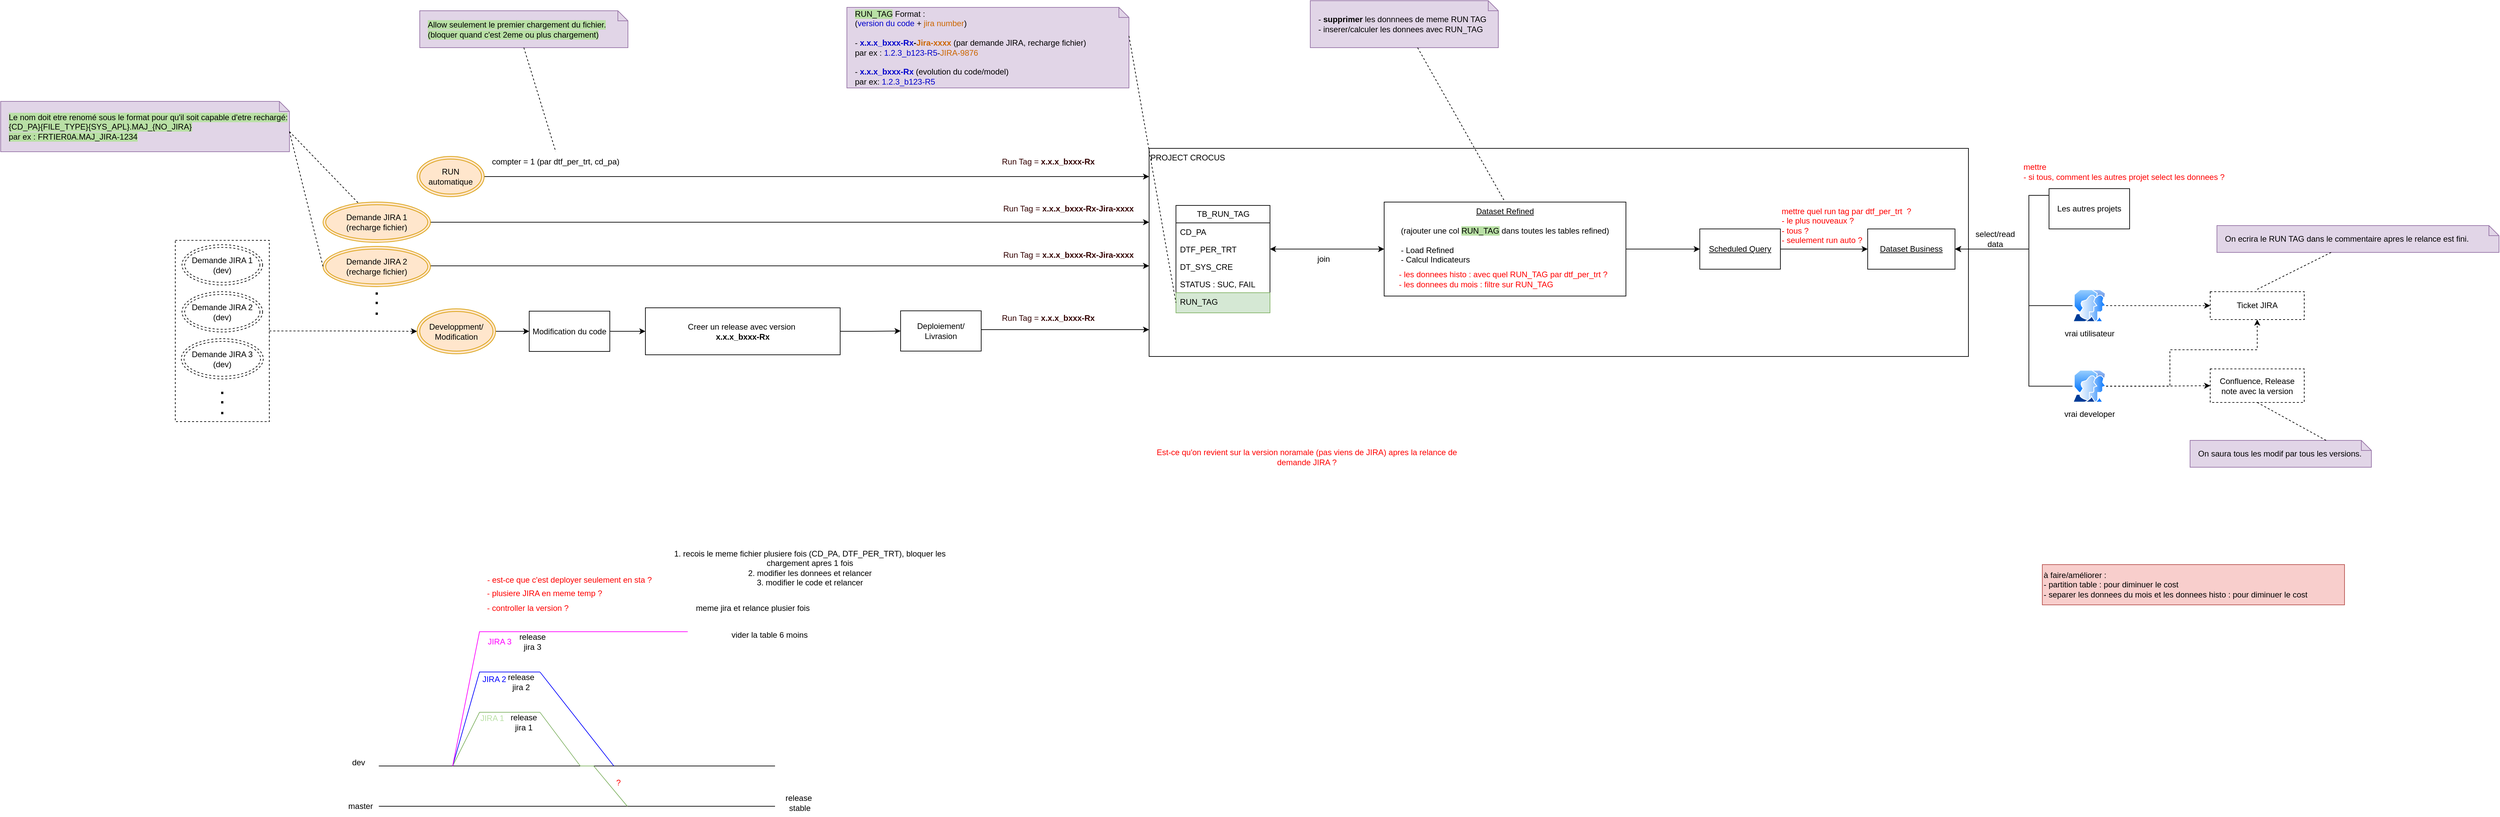
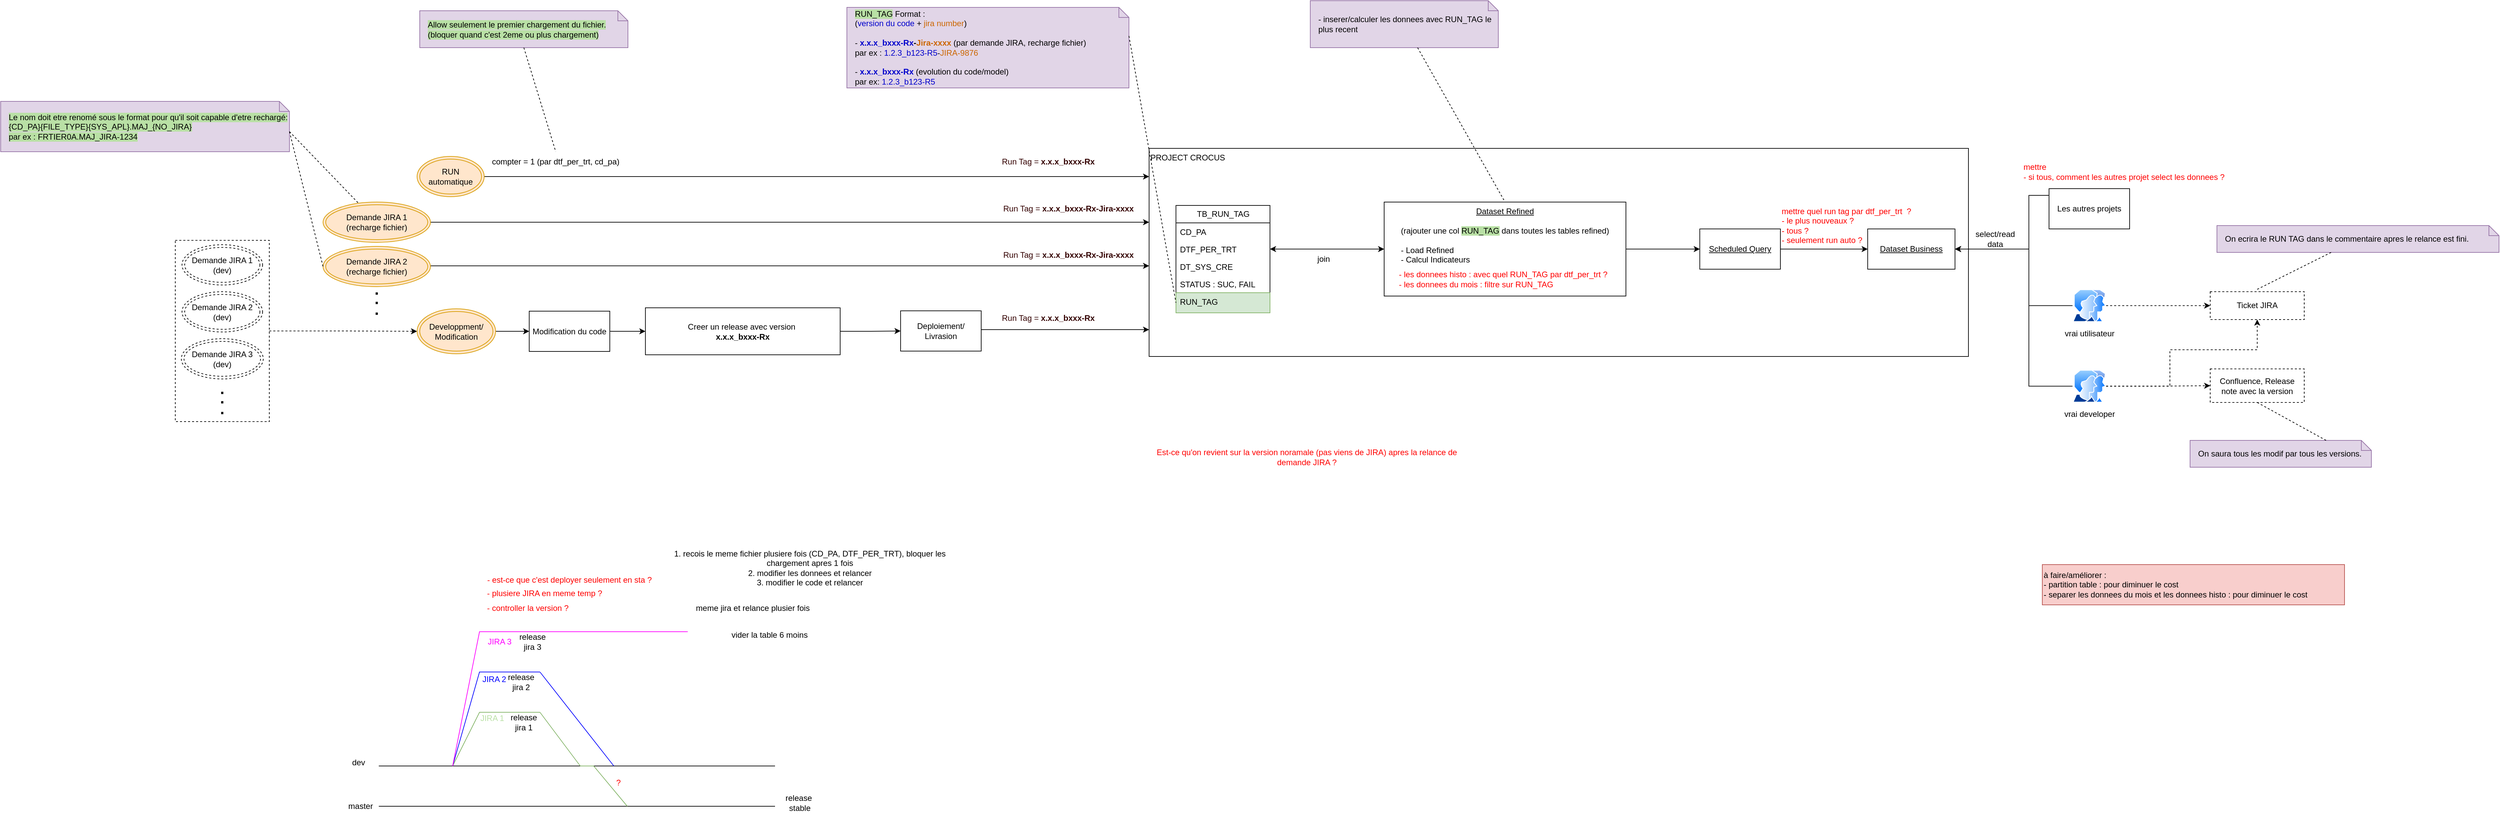
<mxfile host="app.diagrams.net">
  <diagram name="Page-1" id="bEAYSmEDHXBXhFzCy1HB">
-     <mxGraphModel dx="3308" dy="2087" grid="1" gridSize="10" guides="1" tooltips="1" connect="1" arrows="1" fold="1" page="1" pageScale="1" pageWidth="827" pageHeight="1169" math="0" shadow="0">
+     <mxGraphModel dx="3589" dy="2087" grid="1" gridSize="10" guides="1" tooltips="1" connect="1" arrows="1" fold="1" page="1" pageScale="1" pageWidth="827" pageHeight="1169" math="0" shadow="0">
      <root>
        <mxCell id="0" />
        <mxCell id="1" parent="0" />
        <mxCell id="cKu8MT6L8Fp_BZaxLZj7-22" edge="1" parent="1" source="cKu8MT6L8Fp_BZaxLZj7-16" style="edgeStyle=orthogonalEdgeStyle;rounded=0;orthogonalLoop=1;jettySize=auto;html=1;dashed=1;" target="QUzsFoNl6aFI_2ed8XXq-33">
          <mxGeometry relative="1" as="geometry">
            <Array as="points" />
            <mxPoint x="-937.4999999999995" y="382" as="sourcePoint" />
            <mxPoint x="-602.4999999999995" y="365" as="targetPoint" />
          </mxGeometry>
        </mxCell>
        <mxCell id="cKu8MT6L8Fp_BZaxLZj7-16" parent="1" style="rounded=0;whiteSpace=wrap;html=1;dashed=1;" value="" vertex="1">
          <mxGeometry height="270" width="140" x="-1070" y="247" as="geometry" />
        </mxCell>
        <mxCell id="QUzsFoNl6aFI_2ed8XXq-13" parent="1" style="rounded=0;whiteSpace=wrap;html=1;align=left;verticalAlign=top;" value="PROJECT CROCUS" vertex="1">
          <mxGeometry height="310" width="1220" x="380" y="110" as="geometry" />
        </mxCell>
        <mxCell id="QUzsFoNl6aFI_2ed8XXq-1" parent="1" style="swimlane;fontStyle=0;childLayout=stackLayout;horizontal=1;startSize=26;fillColor=none;horizontalStack=0;resizeParent=1;resizeParentMax=0;resizeLast=0;collapsible=1;marginBottom=0;html=1;" value="TB_RUN_TAG" vertex="1">
          <mxGeometry height="160" width="140" x="420" y="195" as="geometry" />
        </mxCell>
        <mxCell id="QUzsFoNl6aFI_2ed8XXq-2" parent="QUzsFoNl6aFI_2ed8XXq-1" style="text;strokeColor=none;fillColor=none;align=left;verticalAlign=top;spacingLeft=4;spacingRight=4;overflow=hidden;rotatable=0;points=[[0,0.5],[1,0.5]];portConstraint=eastwest;whiteSpace=wrap;html=1;" value="CD_PA" vertex="1">
          <mxGeometry height="26" width="140" y="26" as="geometry" />
        </mxCell>
        <mxCell id="QUzsFoNl6aFI_2ed8XXq-3" parent="QUzsFoNl6aFI_2ed8XXq-1" style="text;strokeColor=none;fillColor=none;align=left;verticalAlign=top;spacingLeft=4;spacingRight=4;overflow=hidden;rotatable=0;points=[[0,0.5],[1,0.5]];portConstraint=eastwest;whiteSpace=wrap;html=1;" value="DTF_PER_TRT" vertex="1">
          <mxGeometry height="26" width="140" y="52" as="geometry" />
        </mxCell>
        <mxCell id="QUzsFoNl6aFI_2ed8XXq-4" parent="QUzsFoNl6aFI_2ed8XXq-1" style="text;strokeColor=none;fillColor=none;align=left;verticalAlign=top;spacingLeft=4;spacingRight=4;overflow=hidden;rotatable=0;points=[[0,0.5],[1,0.5]];portConstraint=eastwest;whiteSpace=wrap;html=1;" value="DT_SYS_CRE" vertex="1">
          <mxGeometry height="26" width="140" y="78" as="geometry" />
        </mxCell>
        <mxCell id="QUzsFoNl6aFI_2ed8XXq-105" parent="QUzsFoNl6aFI_2ed8XXq-1" style="text;strokeColor=none;fillColor=none;align=left;verticalAlign=top;spacingLeft=4;spacingRight=4;overflow=hidden;rotatable=0;points=[[0,0.5],[1,0.5]];portConstraint=eastwest;whiteSpace=wrap;html=1;" value="STATUS : SUC, FAIL" vertex="1">
          <mxGeometry height="26" width="140" y="104" as="geometry" />
        </mxCell>
        <mxCell id="QUzsFoNl6aFI_2ed8XXq-5" parent="QUzsFoNl6aFI_2ed8XXq-1" style="text;strokeColor=#82b366;fillColor=#d5e8d4;align=left;verticalAlign=top;spacingLeft=4;spacingRight=4;overflow=hidden;rotatable=0;points=[[0,0.5],[1,0.5]];portConstraint=eastwest;whiteSpace=wrap;html=1;" value="RUN_TAG" vertex="1">
          <mxGeometry height="30" width="140" y="130" as="geometry" />
        </mxCell>
        <mxCell id="QUzsFoNl6aFI_2ed8XXq-7" parent="1" style="shape=note;size=15;align=left;spacingLeft=10;html=1;whiteSpace=wrap;fillColor=#e1d5e7;strokeColor=#9673a6;" value="&lt;span style=&quot;background-color: rgb(185, 224, 165);&quot;&gt;RUN_TAG&lt;/span&gt; Format :&amp;nbsp;&lt;div&gt;(&lt;font style=&quot;color: rgb(0, 0, 204);&quot;&gt;version du code&lt;/font&gt; +&lt;font style=&quot;color: rgb(204, 102, 0);&quot;&gt; &lt;font&gt;jira number&lt;/font&gt;&lt;/font&gt;)&lt;/div&gt;&lt;div&gt;&lt;br&gt;&lt;div&gt;- &lt;b&gt;&lt;font style=&quot;color: rgb(0, 0, 204);&quot;&gt;x.x.x_bxxx-Rx&lt;/font&gt;-&lt;font style=&quot;color: rgb(204, 102, 0);&quot;&gt;Jira-xxxx&lt;/font&gt;&lt;/b&gt; (par demande JIRA, recharge fichier)&amp;nbsp;&lt;/div&gt;&lt;div&gt;par ex : &lt;font style=&quot;color: rgb(0, 0, 204);&quot;&gt;1.2.3_b123-R5&lt;/font&gt;-&lt;font style=&quot;color: rgb(204, 102, 0);&quot;&gt;JIRA-9876&lt;/font&gt;&lt;/div&gt;&lt;div&gt;&lt;br&gt;&lt;/div&gt;&lt;div&gt;-&lt;b&gt; &lt;font style=&quot;color: rgb(0, 0, 204);&quot;&gt;x.x.x_bxxx-Rx&lt;/font&gt;&lt;/b&gt; (evolution du code/model)&lt;/div&gt;&lt;div&gt;&lt;span style=&quot;background-color: transparent; color: light-dark(rgb(0, 0, 0), rgb(255, 255, 255));&quot;&gt;par ex: &lt;/span&gt;&lt;span style=&quot;background-color: transparent;&quot;&gt;&lt;font style=&quot;color: light-dark(rgb(0, 0, 204), rgb(255, 255, 255));&quot;&gt;1.2.3_b123-R5&lt;/font&gt;&lt;/span&gt;&lt;/div&gt;&lt;/div&gt;" vertex="1">
          <mxGeometry height="120" width="420" x="-70" y="-100" as="geometry" />
        </mxCell>
        <mxCell id="QUzsFoNl6aFI_2ed8XXq-8" edge="1" parent="1" source="QUzsFoNl6aFI_2ed8XXq-7" style="edgeStyle=none;endArrow=none;exitX=0;exitY=0;dashed=1;html=1;rounded=0;entryX=0;entryY=0.5;entryDx=0;entryDy=0;exitDx=420;exitDy=42.5;exitPerimeter=0;" target="QUzsFoNl6aFI_2ed8XXq-5" value="">
          <mxGeometry relative="1" x="1" as="geometry">
            <mxPoint x="590" y="660" as="targetPoint" />
          </mxGeometry>
        </mxCell>
        <mxCell id="QUzsFoNl6aFI_2ed8XXq-10" parent="1" style="rounded=0;whiteSpace=wrap;html=1;dashed=1;" value="Confluence, Release note avec la v&lt;span style=&quot;background-color: transparent; color: light-dark(rgb(0, 0, 0), rgb(255, 255, 255));&quot;&gt;ersion&lt;/span&gt;" vertex="1">
          <mxGeometry height="50" width="140" x="1960" y="438.5" as="geometry" />
        </mxCell>
        <mxCell id="QUzsFoNl6aFI_2ed8XXq-11" parent="1" style="rounded=0;whiteSpace=wrap;html=1;dashed=1;" value="Ticket JIRA" vertex="1">
          <mxGeometry height="41.5" width="140" x="1960" y="323.5" as="geometry" />
        </mxCell>
        <mxCell id="QUzsFoNl6aFI_2ed8XXq-42" edge="1" parent="1" source="QUzsFoNl6aFI_2ed8XXq-12" style="edgeStyle=orthogonalEdgeStyle;rounded=0;orthogonalLoop=1;jettySize=auto;html=1;entryX=1;entryY=0.5;entryDx=0;entryDy=0;startArrow=classic;startFill=1;" target="QUzsFoNl6aFI_2ed8XXq-3">
          <mxGeometry relative="1" as="geometry" />
        </mxCell>
        <mxCell id="QUzsFoNl6aFI_2ed8XXq-50" edge="1" parent="1" source="QUzsFoNl6aFI_2ed8XXq-12" style="edgeStyle=orthogonalEdgeStyle;rounded=0;orthogonalLoop=1;jettySize=auto;html=1;" target="QUzsFoNl6aFI_2ed8XXq-46">
          <mxGeometry relative="1" as="geometry">
            <Array as="points" />
          </mxGeometry>
        </mxCell>
        <mxCell id="QUzsFoNl6aFI_2ed8XXq-12" parent="1" style="rounded=0;whiteSpace=wrap;html=1;verticalAlign=top;" value="&lt;u&gt;Dataset Refined&lt;/u&gt;&lt;div&gt;&lt;u&gt;&lt;br&gt;&lt;/u&gt;&lt;div&gt;(rajouter une col &lt;span style=&quot;background-color: rgb(185, 224, 165);&quot;&gt;RUN_TAG&lt;/span&gt;&lt;span&gt; &lt;/span&gt;dans toutes les tables refined)&lt;/div&gt;&lt;div&gt;&lt;br&gt;&lt;/div&gt;&lt;div style=&quot;text-align: left;&quot;&gt;- Load Refined&amp;nbsp; &amp;nbsp; &amp;nbsp; &amp;nbsp;&lt;/div&gt;&lt;div style=&quot;text-align: left;&quot;&gt;- Calcul Indicateurs&lt;/div&gt;&lt;/div&gt;" vertex="1">
          <mxGeometry height="140" width="360" x="730" y="190" as="geometry" />
        </mxCell>
        <mxCell id="QUzsFoNl6aFI_2ed8XXq-27" edge="1" parent="1" source="QUzsFoNl6aFI_2ed8XXq-33" style="edgeStyle=orthogonalEdgeStyle;rounded=0;orthogonalLoop=1;jettySize=auto;html=1;entryX=0;entryY=0.5;entryDx=0;entryDy=0;" target="QUzsFoNl6aFI_2ed8XXq-23">
          <mxGeometry relative="1" as="geometry">
            <mxPoint x="-740" y="198" as="sourcePoint" />
          </mxGeometry>
        </mxCell>
        <mxCell id="QUzsFoNl6aFI_2ed8XXq-19" parent="1" style="text;html=1;whiteSpace=wrap;strokeColor=none;fillColor=none;align=center;verticalAlign=middle;rounded=0;fontColor=#330000;" value="&lt;font style=&quot;&quot;&gt;Run Tag =&amp;nbsp;&lt;/font&gt;&lt;b style=&quot;text-align: left;&quot;&gt;x.x.x_bxxx-Rx-Jira-xxxx&lt;/b&gt;" vertex="1">
          <mxGeometry height="30" width="200" x="160" y="253.5" as="geometry" />
        </mxCell>
        <mxCell id="cKu8MT6L8Fp_BZaxLZj7-37" edge="1" parent="1" source="QUzsFoNl6aFI_2ed8XXq-23" style="edgeStyle=orthogonalEdgeStyle;rounded=0;orthogonalLoop=1;jettySize=auto;html=1;" target="QUzsFoNl6aFI_2ed8XXq-25">
          <mxGeometry relative="1" as="geometry" />
        </mxCell>
        <mxCell id="QUzsFoNl6aFI_2ed8XXq-23" parent="1" style="rounded=0;whiteSpace=wrap;html=1;" value="Modification du code" vertex="1">
          <mxGeometry height="60" width="120" x="-543" y="352.5" as="geometry" />
        </mxCell>
        <mxCell id="QUzsFoNl6aFI_2ed8XXq-31" edge="1" parent="1" source="QUzsFoNl6aFI_2ed8XXq-24" style="edgeStyle=orthogonalEdgeStyle;rounded=0;orthogonalLoop=1;jettySize=auto;html=1;" target="QUzsFoNl6aFI_2ed8XXq-13">
          <mxGeometry relative="1" as="geometry">
            <Array as="points">
              <mxPoint x="180" y="380" />
              <mxPoint x="180" y="380" />
            </Array>
            <mxPoint x="380" y="373" as="targetPoint" />
          </mxGeometry>
        </mxCell>
        <mxCell id="QUzsFoNl6aFI_2ed8XXq-24" parent="1" style="rounded=0;whiteSpace=wrap;html=1;" value="Deploiement/ Livrasion" vertex="1">
          <mxGeometry height="60" width="120" x="10" y="352" as="geometry" />
        </mxCell>
        <mxCell id="cKu8MT6L8Fp_BZaxLZj7-38" edge="1" parent="1" source="QUzsFoNl6aFI_2ed8XXq-25" style="edgeStyle=orthogonalEdgeStyle;rounded=0;orthogonalLoop=1;jettySize=auto;html=1;" target="QUzsFoNl6aFI_2ed8XXq-24">
          <mxGeometry relative="1" as="geometry" />
        </mxCell>
        <mxCell id="QUzsFoNl6aFI_2ed8XXq-25" parent="1" style="rounded=0;whiteSpace=wrap;html=1;" value="Creer un release avec version&amp;nbsp;&lt;div&gt;&lt;span style=&quot;text-align: left;&quot;&gt;&lt;b&gt;x.x.x_bxxx-Rx&lt;/b&gt;&lt;/span&gt;&lt;/div&gt;" vertex="1">
          <mxGeometry height="70" width="290" x="-370" y="347.5" as="geometry" />
        </mxCell>
        <mxCell id="QUzsFoNl6aFI_2ed8XXq-33" parent="1" style="ellipse;shape=doubleEllipse;whiteSpace=wrap;html=1;fillColor=#ffe6cc;strokeColor=#d79b00;" value="Developpment/&lt;div&gt;Modification&lt;/div&gt;" vertex="1">
          <mxGeometry height="67" width="117" x="-710" y="349" as="geometry" />
        </mxCell>
        <mxCell id="cKu8MT6L8Fp_BZaxLZj7-5" edge="1" parent="1" style="edgeStyle=orthogonalEdgeStyle;rounded=0;orthogonalLoop=1;jettySize=auto;html=1;">
          <mxGeometry relative="1" as="geometry">
            <Array as="points">
              <mxPoint x="-470" y="285" />
              <mxPoint x="-470" y="285" />
            </Array>
            <mxPoint x="-690.0000000000005" y="285" as="sourcePoint" />
            <mxPoint x="380" y="285" as="targetPoint" />
          </mxGeometry>
        </mxCell>
        <mxCell id="QUzsFoNl6aFI_2ed8XXq-34" parent="1" style="ellipse;shape=doubleEllipse;whiteSpace=wrap;html=1;fillColor=#ffe6cc;strokeColor=#d79b00;" value="Demande JIRA 2&lt;div&gt;(recharge fichier)&lt;/div&gt;" vertex="1">
          <mxGeometry height="60" width="160" x="-850" y="256" as="geometry" />
        </mxCell>
        <mxCell id="QUzsFoNl6aFI_2ed8XXq-36" edge="1" parent="1" source="QUzsFoNl6aFI_2ed8XXq-35" style="edgeStyle=orthogonalEdgeStyle;rounded=0;orthogonalLoop=1;jettySize=auto;html=1;">
          <mxGeometry relative="1" as="geometry">
            <Array as="points">
              <mxPoint x="110" y="152" />
              <mxPoint x="110" y="152" />
            </Array>
            <mxPoint x="380" y="152.0588235294117" as="targetPoint" />
          </mxGeometry>
        </mxCell>
        <mxCell id="QUzsFoNl6aFI_2ed8XXq-35" parent="1" style="ellipse;shape=doubleEllipse;whiteSpace=wrap;html=1;fillColor=#ffe6cc;strokeColor=#d79b00;" value="RUN automatique" vertex="1">
          <mxGeometry height="60" width="100" x="-710" y="122" as="geometry" />
        </mxCell>
-         <mxCell id="QUzsFoNl6aFI_2ed8XXq-40" parent="1" style="shape=note;size=15;align=left;spacingLeft=10;html=1;whiteSpace=wrap;fillColor=#e1d5e7;strokeColor=#9673a6;" value="- &lt;b&gt;supprimer &lt;/b&gt;les donnnees de meme RUN TAG&lt;div&gt;- inserer/calculer les donnees avec RUN_TAG&lt;/div&gt;" vertex="1">
+         <mxCell id="QUzsFoNl6aFI_2ed8XXq-40" parent="1" style="shape=note;size=15;align=left;spacingLeft=10;html=1;whiteSpace=wrap;fillColor=#e1d5e7;strokeColor=#9673a6;" value="&lt;div&gt;- inserer/calculer les donnees avec RUN_TAG le plus recent&lt;/div&gt;" vertex="1">
          <mxGeometry height="70" width="280" x="620" y="-110" as="geometry" />
        </mxCell>
        <mxCell id="QUzsFoNl6aFI_2ed8XXq-41" edge="1" parent="1" source="QUzsFoNl6aFI_2ed8XXq-40" style="edgeStyle=none;endArrow=none;dashed=1;html=1;rounded=0;entryX=0.5;entryY=0;entryDx=0;entryDy=0;" target="QUzsFoNl6aFI_2ed8XXq-12" value="">
          <mxGeometry relative="1" x="1" as="geometry">
            <mxPoint x="720" y="650" as="sourcePoint" />
            <mxPoint x="772" y="500" as="targetPoint" />
          </mxGeometry>
        </mxCell>
        <mxCell id="QUzsFoNl6aFI_2ed8XXq-43" parent="1" style="text;html=1;whiteSpace=wrap;strokeColor=none;fillColor=none;align=left;verticalAlign=middle;rounded=0;" value="&lt;font style=&quot;color: rgb(255, 0, 0);&quot;&gt;- les donnees histo : avec quel RUN_TAG par dtf_per_trt ?&lt;/font&gt;&lt;div&gt;&lt;font style=&quot;color: rgb(255, 0, 0);&quot;&gt;- les donnees du mois : f&lt;/font&gt;&lt;span style=&quot;color: light-dark(rgb(255, 0, 0), rgb(255, 144, 144)); background-color: transparent;&quot;&gt;iltre sur RUN_TAG&lt;/span&gt;&lt;/div&gt;" vertex="1">
          <mxGeometry height="30" width="330" x="750" y="290" as="geometry" />
        </mxCell>
        <mxCell id="QUzsFoNl6aFI_2ed8XXq-45" parent="1" style="rounded=0;whiteSpace=wrap;html=1;" value="&lt;u&gt;Dataset Business&lt;/u&gt;" vertex="1">
          <mxGeometry height="60" width="130" x="1450" y="230" as="geometry" />
        </mxCell>
        <mxCell id="QUzsFoNl6aFI_2ed8XXq-48" edge="1" parent="1" source="QUzsFoNl6aFI_2ed8XXq-46" style="edgeStyle=orthogonalEdgeStyle;rounded=0;orthogonalLoop=1;jettySize=auto;html=1;" target="QUzsFoNl6aFI_2ed8XXq-45">
          <mxGeometry relative="1" as="geometry" />
        </mxCell>
        <mxCell id="QUzsFoNl6aFI_2ed8XXq-46" parent="1" style="rounded=0;whiteSpace=wrap;html=1;" value="&lt;u&gt;Scheduled Query&lt;/u&gt;" vertex="1">
          <mxGeometry height="60" width="120" x="1200" y="230" as="geometry" />
        </mxCell>
        <mxCell id="QUzsFoNl6aFI_2ed8XXq-51" parent="1" style="text;html=1;whiteSpace=wrap;strokeColor=none;fillColor=none;align=left;verticalAlign=middle;rounded=0;fontColor=#FF0000;" value="mettre quel run tag par dtf_per_trt&amp;nbsp;&amp;nbsp;?&amp;nbsp;&lt;div&gt;- le plus nouveaux ?&lt;/div&gt;&lt;div&gt;- tous ?&lt;/div&gt;&lt;div&gt;- seulement run auto ?&lt;/div&gt;" vertex="1">
          <mxGeometry height="30" width="370" x="1320" y="210" as="geometry" />
        </mxCell>
        <mxCell id="QUzsFoNl6aFI_2ed8XXq-59" edge="1" parent="1" source="QUzsFoNl6aFI_2ed8XXq-52" style="edgeStyle=orthogonalEdgeStyle;rounded=0;orthogonalLoop=1;jettySize=auto;html=1;entryX=1;entryY=0.5;entryDx=0;entryDy=0;" target="QUzsFoNl6aFI_2ed8XXq-45">
          <mxGeometry relative="1" as="geometry">
            <Array as="points">
              <mxPoint x="1690" y="180" />
              <mxPoint x="1690" y="260" />
            </Array>
          </mxGeometry>
        </mxCell>
        <mxCell id="QUzsFoNl6aFI_2ed8XXq-52" parent="1" style="rounded=0;whiteSpace=wrap;html=1;" value="Les autres projets" vertex="1">
          <mxGeometry height="60" width="120" x="1720" y="170" as="geometry" />
        </mxCell>
        <mxCell id="QUzsFoNl6aFI_2ed8XXq-58" edge="1" parent="1" source="QUzsFoNl6aFI_2ed8XXq-57" style="edgeStyle=orthogonalEdgeStyle;rounded=0;orthogonalLoop=1;jettySize=auto;html=1;entryX=1;entryY=0.5;entryDx=0;entryDy=0;" target="QUzsFoNl6aFI_2ed8XXq-45">
          <mxGeometry relative="1" as="geometry">
            <Array as="points">
              <mxPoint x="1690" y="344" />
              <mxPoint x="1690" y="260" />
            </Array>
          </mxGeometry>
        </mxCell>
        <mxCell id="QUzsFoNl6aFI_2ed8XXq-65" edge="1" parent="1" source="QUzsFoNl6aFI_2ed8XXq-57" style="edgeStyle=orthogonalEdgeStyle;rounded=0;orthogonalLoop=1;jettySize=auto;html=1;dashed=1;" target="QUzsFoNl6aFI_2ed8XXq-11">
          <mxGeometry relative="1" as="geometry" />
        </mxCell>
        <mxCell id="QUzsFoNl6aFI_2ed8XXq-57" parent="1" style="image;aspect=fixed;perimeter=ellipsePerimeter;html=1;align=center;shadow=0;dashed=0;spacingTop=3;image=img/lib/active_directory/user_accounts.svg;" value="vrai utilisateur" vertex="1">
          <mxGeometry height="48.5" width="50" x="1755" y="320" as="geometry" />
        </mxCell>
        <mxCell id="QUzsFoNl6aFI_2ed8XXq-60" parent="1" style="text;html=1;whiteSpace=wrap;strokeColor=none;fillColor=none;align=center;verticalAlign=middle;rounded=0;" value="select/read data" vertex="1">
          <mxGeometry height="30" width="60" x="1610" y="230" as="geometry" />
        </mxCell>
        <mxCell id="QUzsFoNl6aFI_2ed8XXq-63" edge="1" parent="1" source="QUzsFoNl6aFI_2ed8XXq-62" style="edgeStyle=orthogonalEdgeStyle;rounded=0;orthogonalLoop=1;jettySize=auto;html=1;entryX=1;entryY=0.5;entryDx=0;entryDy=0;" target="QUzsFoNl6aFI_2ed8XXq-45">
          <mxGeometry relative="1" as="geometry">
            <Array as="points">
              <mxPoint x="1690" y="464" />
              <mxPoint x="1690" y="260" />
            </Array>
          </mxGeometry>
        </mxCell>
        <mxCell id="QUzsFoNl6aFI_2ed8XXq-66" edge="1" parent="1" source="QUzsFoNl6aFI_2ed8XXq-62" style="edgeStyle=orthogonalEdgeStyle;rounded=0;orthogonalLoop=1;jettySize=auto;html=1;dashed=1;" target="QUzsFoNl6aFI_2ed8XXq-10">
          <mxGeometry relative="1" as="geometry" />
        </mxCell>
        <mxCell id="QUzsFoNl6aFI_2ed8XXq-68" edge="1" parent="1" source="QUzsFoNl6aFI_2ed8XXq-62" style="edgeStyle=orthogonalEdgeStyle;rounded=0;orthogonalLoop=1;jettySize=auto;html=1;entryX=0.5;entryY=1;entryDx=0;entryDy=0;dashed=1;" target="QUzsFoNl6aFI_2ed8XXq-11">
          <mxGeometry relative="1" as="geometry">
            <Array as="points">
              <mxPoint x="1900" y="464" />
              <mxPoint x="1900" y="410" />
              <mxPoint x="2030" y="410" />
            </Array>
          </mxGeometry>
        </mxCell>
        <mxCell id="QUzsFoNl6aFI_2ed8XXq-62" parent="1" style="image;aspect=fixed;perimeter=ellipsePerimeter;html=1;align=center;shadow=0;dashed=0;spacingTop=3;image=img/lib/active_directory/user_accounts.svg;" value="vrai developer" vertex="1">
          <mxGeometry height="48.5" width="50" x="1755" y="440" as="geometry" />
        </mxCell>
        <mxCell id="QUzsFoNl6aFI_2ed8XXq-69" parent="1" style="shape=note;size=15;align=left;spacingLeft=10;html=1;whiteSpace=wrap;fillColor=#e1d5e7;strokeColor=#9673a6;" value="On ecrira le RUN TAG dans le commentaire apres le relance est fini." vertex="1">
          <mxGeometry height="40" width="420" x="1970" y="225" as="geometry" />
        </mxCell>
        <mxCell id="QUzsFoNl6aFI_2ed8XXq-70" edge="1" parent="1" source="QUzsFoNl6aFI_2ed8XXq-69" style="edgeStyle=none;endArrow=none;dashed=1;html=1;rounded=0;" value="">
          <mxGeometry relative="1" x="1" as="geometry">
            <mxPoint x="970" y="210" as="sourcePoint" />
            <mxPoint x="2030" y="320" as="targetPoint" />
          </mxGeometry>
        </mxCell>
        <mxCell id="QUzsFoNl6aFI_2ed8XXq-71" parent="1" style="shape=note;size=15;align=left;spacingLeft=10;html=1;whiteSpace=wrap;fillColor=#e1d5e7;strokeColor=#9673a6;" value="On saura tous les modif par tous les versions." vertex="1">
          <mxGeometry height="40" width="270" x="1930" y="545" as="geometry" />
        </mxCell>
        <mxCell id="QUzsFoNl6aFI_2ed8XXq-72" edge="1" parent="1" source="QUzsFoNl6aFI_2ed8XXq-71" style="edgeStyle=none;endArrow=none;dashed=1;html=1;rounded=0;entryX=0.5;entryY=1;entryDx=0;entryDy=0;exitX=0;exitY=0;exitDx=202.5;exitDy=0;exitPerimeter=0;" target="QUzsFoNl6aFI_2ed8XXq-10" value="">
          <mxGeometry relative="1" x="1" as="geometry">
            <mxPoint x="2180" y="470" as="sourcePoint" />
            <mxPoint x="2070" y="525" as="targetPoint" />
          </mxGeometry>
        </mxCell>
        <mxCell id="QUzsFoNl6aFI_2ed8XXq-73" parent="1" style="text;html=1;whiteSpace=wrap;strokeColor=none;fillColor=none;align=left;verticalAlign=middle;rounded=0;fontColor=#FF0000;" value="mettre&amp;nbsp;&lt;div&gt;&lt;span style=&quot;background-color: transparent; color: light-dark(rgb(255, 0, 0), rgb(255, 144, 144));&quot;&gt;- si tous, comment les autres projet select les donnees ?&lt;/span&gt;&lt;/div&gt;" vertex="1">
          <mxGeometry height="30" width="370" x="1680" y="130" as="geometry" />
        </mxCell>
        <mxCell id="QUzsFoNl6aFI_2ed8XXq-74" parent="1" style="rounded=0;whiteSpace=wrap;html=1;align=left;fillColor=#f8cecc;strokeColor=#b85450;" value="à faire/améliorer :&lt;div&gt;- partition table : pour diminuer le cost&lt;/div&gt;&lt;div&gt;- separer les donnees du mois et les donnees histo&amp;nbsp;&lt;span style=&quot;background-color: transparent; color: light-dark(rgb(0, 0, 0), rgb(255, 255, 255));&quot;&gt;: pour diminuer le cost&lt;/span&gt;&lt;/div&gt;" vertex="1">
          <mxGeometry height="60" width="450" x="1710" y="730" as="geometry" />
        </mxCell>
        <mxCell id="QUzsFoNl6aFI_2ed8XXq-76" parent="1" style="text;html=1;whiteSpace=wrap;strokeColor=none;fillColor=none;align=center;verticalAlign=middle;rounded=0;" value="join" vertex="1">
          <mxGeometry height="30" width="60" x="610" y="260" as="geometry" />
        </mxCell>
        <mxCell id="QUzsFoNl6aFI_2ed8XXq-77" parent="1" style="text;html=1;whiteSpace=wrap;strokeColor=none;fillColor=none;align=center;verticalAlign=middle;rounded=0;fontColor=#FF0000;" value="Est-ce qu&#39;on revient sur la version noramale (pas viens de JIRA) apres la relance de demande JIRA ?" vertex="1">
          <mxGeometry height="30" width="470" x="380" y="555" as="geometry" />
        </mxCell>
        <mxCell id="QUzsFoNl6aFI_2ed8XXq-78" parent="1" style="text;html=1;whiteSpace=wrap;strokeColor=none;fillColor=none;align=center;verticalAlign=middle;rounded=0;fontColor=#FF0000;" value="- est-ce que c&#39;est deployer seulement en sta ?" vertex="1">
          <mxGeometry height="30" width="290" x="-628" y="738" as="geometry" />
        </mxCell>
        <mxCell id="QUzsFoNl6aFI_2ed8XXq-79" parent="1" style="text;html=1;whiteSpace=wrap;strokeColor=none;fillColor=none;align=center;verticalAlign=middle;rounded=0;fontColor=#FF0000;" value="- plusiere JIRA en meme temp ?" vertex="1">
          <mxGeometry height="30" width="290" x="-665" y="758" as="geometry" />
        </mxCell>
        <mxCell id="QUzsFoNl6aFI_2ed8XXq-80" parent="1" style="text;html=1;whiteSpace=wrap;strokeColor=none;fillColor=none;align=center;verticalAlign=middle;rounded=0;fontColor=#FF0000;" value="- controller la version ?" vertex="1">
          <mxGeometry height="30" width="290" x="-690" y="780" as="geometry" />
        </mxCell>
        <mxCell id="QUzsFoNl6aFI_2ed8XXq-81" edge="1" parent="1" style="endArrow=none;html=1;rounded=0;" value="">
          <mxGeometry height="50" relative="1" width="50" as="geometry">
            <mxPoint x="-767" y="1030" as="sourcePoint" />
            <mxPoint x="-177" y="1030" as="targetPoint" />
          </mxGeometry>
        </mxCell>
        <mxCell id="QUzsFoNl6aFI_2ed8XXq-83" edge="1" parent="1" style="endArrow=none;html=1;rounded=0;fillColor=#d5e8d4;strokeColor=#82b366;" value="">
          <mxGeometry height="50" relative="1" width="50" as="geometry">
            <Array as="points">
              <mxPoint x="-617" y="950" />
            </Array>
            <mxPoint x="-657" y="1030" as="sourcePoint" />
            <mxPoint x="-527" y="950" as="targetPoint" />
          </mxGeometry>
        </mxCell>
        <mxCell id="QUzsFoNl6aFI_2ed8XXq-84" parent="1" style="text;html=1;whiteSpace=wrap;strokeColor=none;fillColor=none;align=center;verticalAlign=middle;rounded=0;" value="dev" vertex="1">
          <mxGeometry height="30" width="60" x="-827" y="1010" as="geometry" />
        </mxCell>
        <mxCell id="QUzsFoNl6aFI_2ed8XXq-85" edge="1" parent="1" style="endArrow=none;html=1;rounded=0;strokeColor=#0000FF;" value="">
          <mxGeometry height="50" relative="1" width="50" as="geometry">
            <Array as="points">
              <mxPoint x="-617" y="890" />
            </Array>
            <mxPoint x="-657" y="1030" as="sourcePoint" />
            <mxPoint x="-527" y="890" as="targetPoint" />
          </mxGeometry>
        </mxCell>
        <mxCell id="QUzsFoNl6aFI_2ed8XXq-86" edge="1" parent="1" style="endArrow=none;html=1;rounded=0;strokeColor=#FF00FF;" value="">
          <mxGeometry height="50" relative="1" width="50" as="geometry">
            <Array as="points">
              <mxPoint x="-617" y="830" />
            </Array>
            <mxPoint x="-657" y="1030" as="sourcePoint" />
            <mxPoint x="-307" y="830" as="targetPoint" />
          </mxGeometry>
        </mxCell>
        <mxCell id="QUzsFoNl6aFI_2ed8XXq-87" parent="1" style="text;html=1;whiteSpace=wrap;strokeColor=none;fillColor=none;align=center;verticalAlign=middle;rounded=0;fontColor=#B9E0A5;" value="JIRA 1" vertex="1">
          <mxGeometry height="30" width="60" x="-628" y="944" as="geometry" />
        </mxCell>
        <mxCell id="QUzsFoNl6aFI_2ed8XXq-88" parent="1" style="text;html=1;whiteSpace=wrap;strokeColor=none;fillColor=none;align=center;verticalAlign=middle;rounded=0;fontColor=#0000FF;" value="JIRA 2" vertex="1">
          <mxGeometry height="30" width="60" x="-625" y="886" as="geometry" />
        </mxCell>
        <mxCell id="QUzsFoNl6aFI_2ed8XXq-89" parent="1" style="text;html=1;whiteSpace=wrap;strokeColor=none;fillColor=none;align=center;verticalAlign=middle;rounded=0;fontColor=#FF00FF;" value="JIRA 3" vertex="1">
          <mxGeometry height="30" width="60" x="-617" y="830" as="geometry" />
        </mxCell>
        <mxCell id="QUzsFoNl6aFI_2ed8XXq-90" edge="1" parent="1" style="endArrow=none;html=1;rounded=0;" value="">
          <mxGeometry height="50" relative="1" width="50" as="geometry">
            <mxPoint x="-767" y="1090" as="sourcePoint" />
            <mxPoint x="-177" y="1090" as="targetPoint" />
          </mxGeometry>
        </mxCell>
        <mxCell id="QUzsFoNl6aFI_2ed8XXq-91" parent="1" style="text;html=1;whiteSpace=wrap;strokeColor=none;fillColor=none;align=center;verticalAlign=middle;rounded=0;" value="master" vertex="1">
          <mxGeometry height="30" width="60" x="-824" y="1075" as="geometry" />
        </mxCell>
        <mxCell id="QUzsFoNl6aFI_2ed8XXq-92" edge="1" parent="1" style="endArrow=none;html=1;rounded=0;fillColor=#d5e8d4;strokeColor=#82b366;" value="">
          <mxGeometry height="50" relative="1" width="50" as="geometry">
            <mxPoint x="-527" y="950" as="sourcePoint" />
            <mxPoint x="-467" y="1030" as="targetPoint" />
          </mxGeometry>
        </mxCell>
        <mxCell id="QUzsFoNl6aFI_2ed8XXq-94" edge="1" parent="1" style="endArrow=none;html=1;rounded=0;strokeColor=#0000FF;" value="">
          <mxGeometry height="50" relative="1" width="50" as="geometry">
            <mxPoint x="-527" y="890" as="sourcePoint" />
            <mxPoint x="-417" y="1030" as="targetPoint" />
          </mxGeometry>
        </mxCell>
        <mxCell id="QUzsFoNl6aFI_2ed8XXq-95" edge="1" parent="1" style="endArrow=none;html=1;rounded=0;fillColor=#d5e8d4;strokeColor=#82b366;" value="">
          <mxGeometry height="50" relative="1" width="50" as="geometry">
            <mxPoint x="-447" y="1030" as="sourcePoint" />
            <mxPoint x="-397" y="1090" as="targetPoint" />
          </mxGeometry>
        </mxCell>
        <mxCell id="QUzsFoNl6aFI_2ed8XXq-96" edge="1" parent="1" style="endArrow=none;html=1;rounded=0;fillColor=#d5e8d4;strokeColor=#82b366;" value="">
          <mxGeometry height="50" relative="1" width="50" as="geometry">
            <mxPoint x="-467" y="1030" as="sourcePoint" />
            <mxPoint x="-447" y="1030" as="targetPoint" />
          </mxGeometry>
        </mxCell>
        <mxCell id="QUzsFoNl6aFI_2ed8XXq-98" parent="1" style="text;html=1;whiteSpace=wrap;strokeColor=none;fillColor=none;align=center;verticalAlign=middle;rounded=0;" value="release jira 2" vertex="1">
          <mxGeometry height="30" width="60" x="-585" y="890" as="geometry" />
        </mxCell>
        <mxCell id="QUzsFoNl6aFI_2ed8XXq-99" parent="1" style="text;html=1;whiteSpace=wrap;strokeColor=none;fillColor=none;align=center;verticalAlign=middle;rounded=0;" value="release jira 1" vertex="1">
          <mxGeometry height="30" width="60" x="-581" y="950" as="geometry" />
        </mxCell>
        <mxCell id="QUzsFoNl6aFI_2ed8XXq-100" parent="1" style="text;html=1;whiteSpace=wrap;strokeColor=none;fillColor=none;align=center;verticalAlign=middle;rounded=0;" value="release jira 3" vertex="1">
          <mxGeometry height="30" width="60" x="-568" y="830" as="geometry" />
        </mxCell>
        <mxCell id="QUzsFoNl6aFI_2ed8XXq-101" parent="1" style="text;html=1;whiteSpace=wrap;strokeColor=none;fillColor=none;align=center;verticalAlign=middle;rounded=0;" value="release&amp;nbsp; stable" vertex="1">
          <mxGeometry height="30" width="60" x="-170" y="1070" as="geometry" />
        </mxCell>
        <mxCell id="QUzsFoNl6aFI_2ed8XXq-103" parent="1" style="text;html=1;whiteSpace=wrap;strokeColor=none;fillColor=none;align=center;verticalAlign=middle;rounded=0;fontColor=#FF0000;" value="?" vertex="1">
          <mxGeometry height="30" width="60" x="-440" y="1040" as="geometry" />
        </mxCell>
        <mxCell id="QUzsFoNl6aFI_2ed8XXq-104" parent="1" style="text;html=1;whiteSpace=wrap;strokeColor=none;fillColor=none;align=center;verticalAlign=middle;rounded=0;" value="compter = 1 (par dtf_per_trt, cd_pa)" vertex="1">
          <mxGeometry height="30" width="227" x="-617" y="115" as="geometry" />
        </mxCell>
        <mxCell id="QUzsFoNl6aFI_2ed8XXq-106" parent="1" style="text;html=1;whiteSpace=wrap;strokeColor=none;fillColor=none;align=center;verticalAlign=middle;rounded=0;" value="1. recois le meme fichier plusiere fois (CD_PA, DTF_PER_TRT), bloquer les chargement apres 1 fois&lt;div&gt;2. modifier les donnees et relancer&lt;/div&gt;&lt;div&gt;3. modifier le code et relancer&lt;/div&gt;" vertex="1">
          <mxGeometry height="30" width="470" x="-360" y="720" as="geometry" />
        </mxCell>
        <mxCell id="QUzsFoNl6aFI_2ed8XXq-107" parent="1" style="text;html=1;whiteSpace=wrap;strokeColor=none;fillColor=none;align=center;verticalAlign=middle;rounded=0;" value="meme jira et relance plusier fois" vertex="1">
          <mxGeometry height="30" width="240" x="-330" y="780" as="geometry" />
        </mxCell>
        <mxCell id="QUzsFoNl6aFI_2ed8XXq-108" parent="1" style="text;html=1;whiteSpace=wrap;strokeColor=none;fillColor=none;align=center;verticalAlign=middle;rounded=0;" value="vider la table 6 moins" vertex="1">
          <mxGeometry height="30" width="170" x="-270" y="820" as="geometry" />
        </mxCell>
        <mxCell id="cKu8MT6L8Fp_BZaxLZj7-1" parent="1" style="shape=note;size=15;align=left;spacingLeft=10;html=1;whiteSpace=wrap;fillColor=#e1d5e7;strokeColor=#9673a6;" value="&lt;span style=&quot;background-color: rgb(185, 224, 165);&quot;&gt;Allow seulement le premier chargement du fichier.&lt;br&gt;(bloquer quand c&#39;est 2eme ou plus chargement)&lt;/span&gt;" vertex="1">
          <mxGeometry height="55" width="310" x="-706" y="-95" as="geometry" />
        </mxCell>
        <mxCell id="cKu8MT6L8Fp_BZaxLZj7-2" edge="1" parent="1" source="cKu8MT6L8Fp_BZaxLZj7-1" style="edgeStyle=none;endArrow=none;exitX=0.5;exitY=1;dashed=1;html=1;rounded=0;entryX=0.5;entryY=0;entryDx=0;entryDy=0;exitDx=0;exitDy=0;exitPerimeter=0;" target="QUzsFoNl6aFI_2ed8XXq-104" value="">
          <mxGeometry relative="1" x="1" as="geometry">
            <mxPoint x="590" y="300" as="sourcePoint" />
            <mxPoint x="680" y="507" as="targetPoint" />
          </mxGeometry>
        </mxCell>
        <mxCell id="cKu8MT6L8Fp_BZaxLZj7-3" parent="1" style="ellipse;shape=doubleEllipse;whiteSpace=wrap;html=1;dashed=1;" value="Demande JIRA 1&lt;div&gt;(dev)&lt;/div&gt;" vertex="1">
          <mxGeometry height="60" width="120" x="-1060" y="253.5" as="geometry" />
        </mxCell>
        <mxCell id="cKu8MT6L8Fp_BZaxLZj7-7" parent="1" style="text;html=1;whiteSpace=wrap;strokeColor=none;fillColor=none;align=center;verticalAlign=middle;rounded=0;fontColor=#330000;" value="&lt;font style=&quot;&quot;&gt;Run Tag =&amp;nbsp;&lt;b style=&quot;text-align: left;&quot;&gt;x.x.x_bxxx-Rx&lt;/b&gt;&lt;/font&gt;" vertex="1">
          <mxGeometry height="30" width="200" x="130" y="115" as="geometry" />
        </mxCell>
        <mxCell id="cKu8MT6L8Fp_BZaxLZj7-11" parent="1" style="shape=note;size=15;align=left;spacingLeft=10;html=1;whiteSpace=wrap;fillColor=#e1d5e7;strokeColor=#9673a6;" value="&lt;span style=&quot;background-color: rgb(185, 224, 165);&quot;&gt;Le nom doit etre renomé sous le format pour qu&#39;il soit capable d&#39;etre rechargé:&lt;br&gt;{CD_PA}{FILE_TYPE}{SYS_APL}.MAJ_{NO_JIRA}&lt;/span&gt;&lt;div&gt;&lt;span style=&quot;background-color: rgb(185, 224, 165);&quot;&gt;par ex : FRTIER0A.MAJ_JIRA-1234&lt;/span&gt;&lt;/div&gt;" vertex="1">
          <mxGeometry height="75" width="430" x="-1330" y="40" as="geometry" />
        </mxCell>
        <mxCell id="cKu8MT6L8Fp_BZaxLZj7-14" parent="1" style="ellipse;shape=doubleEllipse;whiteSpace=wrap;html=1;dashed=1;" value="Demande JIRA 2&lt;div&gt;(dev)&lt;/div&gt;" vertex="1">
          <mxGeometry height="60" width="120" x="-1060" y="323.5" as="geometry" />
        </mxCell>
        <mxCell id="cKu8MT6L8Fp_BZaxLZj7-15" parent="1" style="ellipse;shape=doubleEllipse;whiteSpace=wrap;html=1;dashed=1;" value="Demande JIRA 3&lt;div&gt;(dev)&lt;/div&gt;" vertex="1">
          <mxGeometry height="60" width="122" x="-1061" y="393.5" as="geometry" />
        </mxCell>
        <mxCell id="cKu8MT6L8Fp_BZaxLZj7-19" parent="1" style="text;html=1;whiteSpace=wrap;strokeColor=none;fillColor=none;align=center;verticalAlign=middle;rounded=0;fontSize=23;fontStyle=1" value="." vertex="1">
          <mxGeometry height="30" width="60" x="-1030" y="453.25" as="geometry" />
        </mxCell>
        <mxCell id="cKu8MT6L8Fp_BZaxLZj7-20" parent="1" style="text;html=1;whiteSpace=wrap;strokeColor=none;fillColor=none;align=center;verticalAlign=middle;rounded=0;fontSize=23;fontStyle=1" value="." vertex="1">
          <mxGeometry height="30" width="60" x="-1030" y="467" as="geometry" />
        </mxCell>
        <mxCell id="cKu8MT6L8Fp_BZaxLZj7-21" parent="1" style="text;html=1;whiteSpace=wrap;strokeColor=none;fillColor=none;align=center;verticalAlign=middle;rounded=0;fontSize=23;fontStyle=1" value="." vertex="1">
          <mxGeometry height="30" width="60" x="-1030" y="483.25" as="geometry" />
        </mxCell>
        <mxCell id="cKu8MT6L8Fp_BZaxLZj7-24" edge="1" parent="1" source="cKu8MT6L8Fp_BZaxLZj7-23" style="edgeStyle=orthogonalEdgeStyle;rounded=0;orthogonalLoop=1;jettySize=auto;html=1;" target="QUzsFoNl6aFI_2ed8XXq-13">
          <mxGeometry relative="1" as="geometry">
            <Array as="points">
              <mxPoint x="120" y="220" />
              <mxPoint x="120" y="220" />
            </Array>
          </mxGeometry>
        </mxCell>
        <mxCell id="cKu8MT6L8Fp_BZaxLZj7-23" parent="1" style="ellipse;shape=doubleEllipse;whiteSpace=wrap;html=1;fillColor=#ffe6cc;strokeColor=#d79b00;" value="Demande JIRA 1&lt;div&gt;(recharge fichier)&lt;/div&gt;" vertex="1">
          <mxGeometry height="60" width="160" x="-850" y="190" as="geometry" />
        </mxCell>
        <mxCell id="cKu8MT6L8Fp_BZaxLZj7-25" edge="1" parent="1" source="cKu8MT6L8Fp_BZaxLZj7-11" style="edgeStyle=none;endArrow=none;exitX=0;exitY=0;dashed=1;html=1;rounded=0;exitDx=430;exitDy=45;exitPerimeter=0;" target="cKu8MT6L8Fp_BZaxLZj7-23" value="">
          <mxGeometry relative="1" x="1" as="geometry">
            <mxPoint x="-520" y="10" as="sourcePoint" />
            <mxPoint x="-490" y="150" as="targetPoint" />
          </mxGeometry>
        </mxCell>
        <mxCell id="cKu8MT6L8Fp_BZaxLZj7-26" edge="1" parent="1" source="cKu8MT6L8Fp_BZaxLZj7-11" style="edgeStyle=none;endArrow=none;exitX=0;exitY=0;dashed=1;html=1;rounded=0;exitDx=430;exitDy=45;exitPerimeter=0;entryX=0;entryY=0.5;entryDx=0;entryDy=0;" target="QUzsFoNl6aFI_2ed8XXq-34" value="">
          <mxGeometry relative="1" x="1" as="geometry">
            <mxPoint x="-900" y="200" as="sourcePoint" />
            <mxPoint x="-801" y="244" as="targetPoint" />
          </mxGeometry>
        </mxCell>
        <mxCell id="cKu8MT6L8Fp_BZaxLZj7-27" parent="1" style="text;html=1;whiteSpace=wrap;strokeColor=none;fillColor=none;align=center;verticalAlign=middle;rounded=0;fontSize=23;fontStyle=1" value="." vertex="1">
          <mxGeometry height="30" width="60" x="-800" y="305" as="geometry" />
        </mxCell>
        <mxCell id="cKu8MT6L8Fp_BZaxLZj7-28" parent="1" style="text;html=1;whiteSpace=wrap;strokeColor=none;fillColor=none;align=center;verticalAlign=middle;rounded=0;fontSize=23;fontStyle=1" value="." vertex="1">
          <mxGeometry height="30" width="60" x="-800" y="335" as="geometry" />
        </mxCell>
        <mxCell id="cKu8MT6L8Fp_BZaxLZj7-29" parent="1" style="text;html=1;whiteSpace=wrap;strokeColor=none;fillColor=none;align=center;verticalAlign=middle;rounded=0;fontSize=23;fontStyle=1" value="." vertex="1">
          <mxGeometry height="30" width="60" x="-800" y="318.5" as="geometry" />
        </mxCell>
        <mxCell id="cKu8MT6L8Fp_BZaxLZj7-31" parent="1" style="text;html=1;whiteSpace=wrap;strokeColor=none;fillColor=none;align=center;verticalAlign=middle;rounded=0;fontColor=#330000;" value="&lt;font style=&quot;&quot;&gt;Run Tag =&amp;nbsp;&lt;/font&gt;&lt;b style=&quot;text-align: left;&quot;&gt;x.x.x_bxxx-Rx-Jira-xxxx&lt;/b&gt;" vertex="1">
          <mxGeometry height="30" width="200" x="160" y="185" as="geometry" />
        </mxCell>
        <mxCell id="cKu8MT6L8Fp_BZaxLZj7-33" parent="1" style="text;html=1;whiteSpace=wrap;strokeColor=none;fillColor=none;align=center;verticalAlign=middle;rounded=0;fontColor=#330000;" value="&lt;font style=&quot;&quot;&gt;Run Tag =&amp;nbsp;&lt;b style=&quot;text-align: left;&quot;&gt;x.x.x_bxxx-Rx&lt;/b&gt;&lt;/font&gt;" vertex="1">
          <mxGeometry height="30" width="200" x="130" y="347.5" as="geometry" />
        </mxCell>
      </root>
    </mxGraphModel>
  </diagram>
</mxfile>
